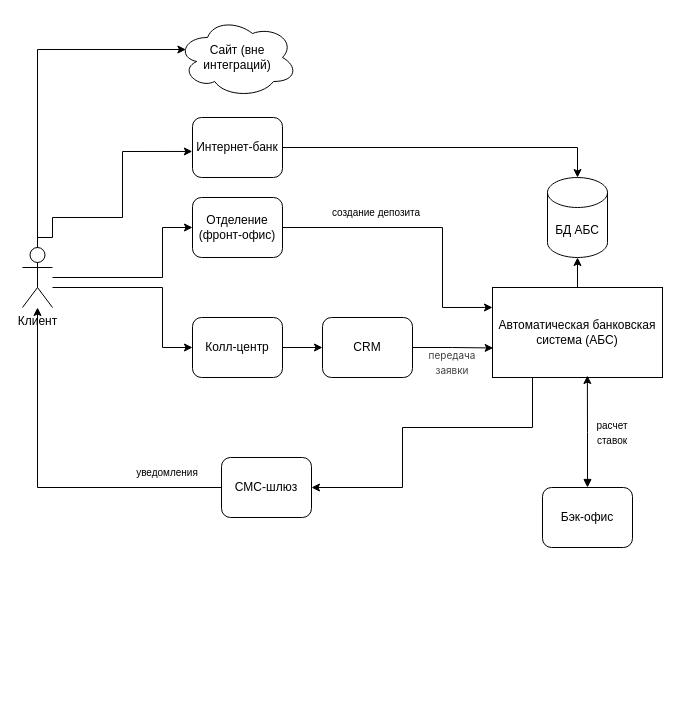
Earlier version of the draw.io diagram Task1/sprint-9-task-1-integrations.drawio (fireflysmk/architecture-sprint-9). Source tidied: cells renumbered, new cells numbered last; positions are measured from the earlier drawing's top-left corner, leaving out a move shared by most shapes. Both pictures are drawn from the tidied source at 100%, with x=0, y=0 at pixel (22, 17).
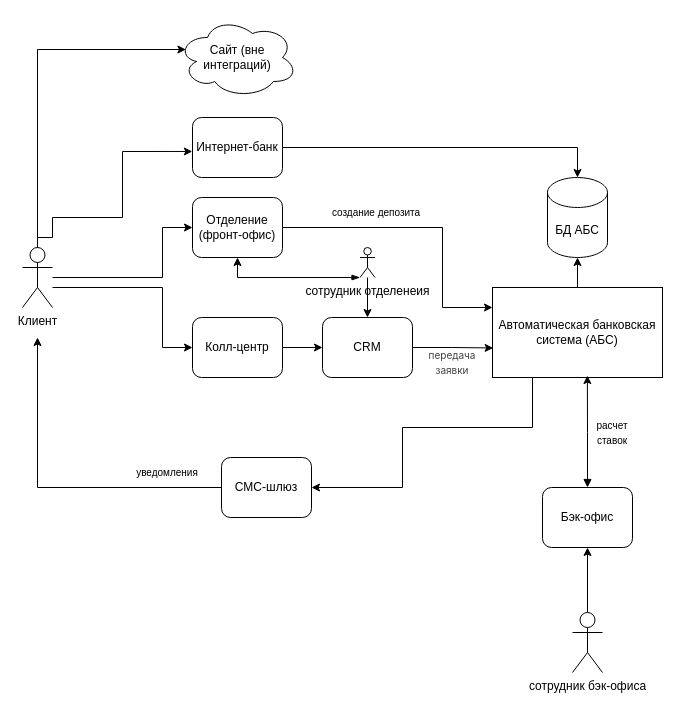
After the change.

The change refers to these unchanged cells:
```xml
<mxCell id="3" value="Клиент" style="shape=umlActor;verticalLabelPosition=bottom;verticalAlign=top;html=1;outlineConnect=0;" parent="1" vertex="1">
  <mxGeometry y="230" width="30" height="60" as="geometry" />
</mxCell>
<mxCell id="4" value="Отделение (фронт-офис)" style="rounded=1;whiteSpace=wrap;html=1;" parent="1" vertex="1">
  <mxGeometry x="170" y="180" width="90" height="60" as="geometry" />
</mxCell>
<mxCell id="10" value="CRM" style="rounded=1;whiteSpace=wrap;html=1;" parent="1" vertex="1">
  <mxGeometry x="300" y="300" width="90" height="60" as="geometry" />
</mxCell>
<mxCell id="15" value="Бэк-офис" style="rounded=1;whiteSpace=wrap;html=1;" parent="1" vertex="1">
  <mxGeometry x="520" y="470" width="90" height="60" as="geometry" />
</mxCell>
<mxCell id="19" value="СМС-шлюз" style="rounded=1;whiteSpace=wrap;html=1;" parent="1" vertex="1">
  <mxGeometry x="199" y="440" width="90" height="60" as="geometry" />
</mxCell>
```

The edit, as a diff of the source:
```diff
@@
-    <mxCell id="18" style="edgeStyle=orthogonalEdgeStyle;rounded=0;jettySize=auto;html=1;" parent="1" edge="1" source="19" target="3">
+    <mxCell id="18" style="edgeStyle=orthogonalEdgeStyle;rounded=0;jettySize=auto;html=1;" parent="1" edge="1" source="19">
       <mxGeometry relative="1" as="geometry">
+        <mxPoint x="15" y="320" as="targetPoint" />
         <Array as="points">
           <mxPoint x="15" y="470" />
         </Array>
       </mxGeometry>
     </mxCell>
@@
+    <mxCell id="28" style="edgeStyle=orthogonalEdgeStyle;rounded=0;jettySize=auto;html=1;entryX=0.5;entryY=1;entryDx=0;entryDy=0;" parent="1" edge="1" source="29" target="15">
+      <mxGeometry relative="1" as="geometry" />
+    </mxCell>
+    <mxCell id="29" value="сотрудник бэк-офиса" style="shape=umlActor;verticalLabelPosition=bottom;verticalAlign=top;html=1;outlineConnect=0;" parent="1" vertex="1">
+      <mxGeometry x="550" y="595" width="30" height="60" as="geometry" />
+    </mxCell>
+    <mxCell id="30" style="edgeStyle=orthogonalEdgeStyle;rounded=0;jettySize=auto;html=1;entryX=0.5;entryY=1;entryDx=0;entryDy=0;startArrow=blockThin;startFill=1;" parent="1" edge="1" source="32" target="4">
+      <mxGeometry relative="1" as="geometry">
+        <Array as="points">
+          <mxPoint x="215" y="260" />
+        </Array>
+      </mxGeometry>
+    </mxCell>
+    <mxCell id="31" style="edgeStyle=orthogonalEdgeStyle;rounded=0;jettySize=auto;html=1;entryX=0.5;entryY=0;entryDx=0;entryDy=0;" parent="1" edge="1" source="32" target="10">
+      <mxGeometry relative="1" as="geometry" />
+    </mxCell>
+    <mxCell id="32" value="сотрудник отделенеия" style="shape=umlActor;verticalLabelPosition=bottom;verticalAlign=top;html=1;outlineConnect=0;" parent="1" vertex="1">
+      <mxGeometry x="337.5" y="230" width="15" height="30" as="geometry" />
+    </mxCell>
```
